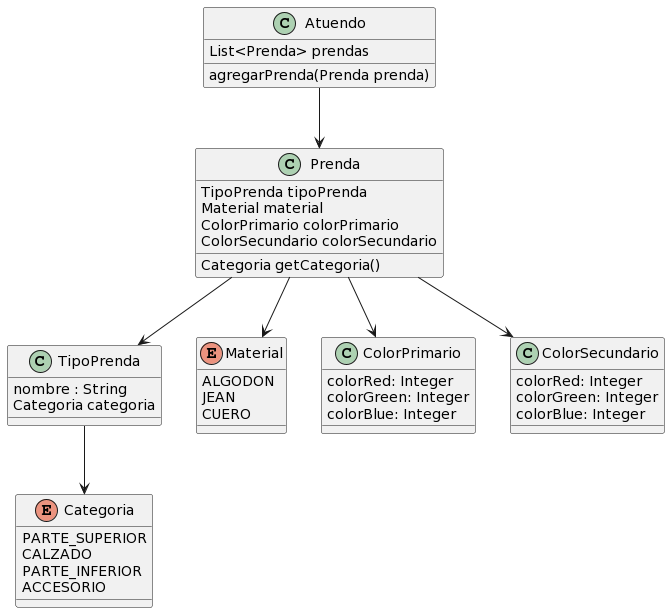
Above: diagramaDeClases1.png in brenguardines/QueMePongo (PlantUML), before the change.
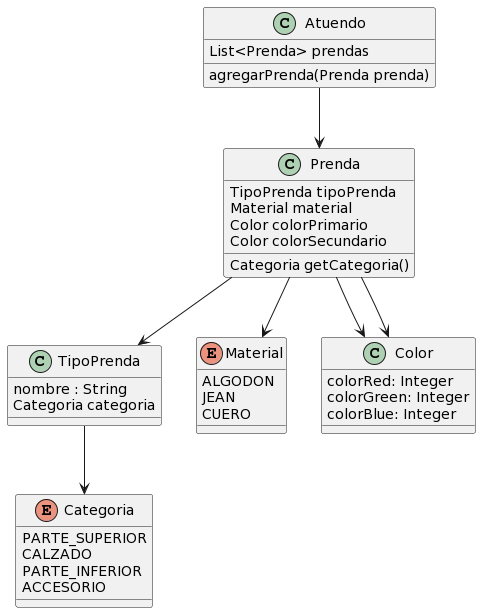
The same diagram one commit later.

Commit message:
Subo diagrama de clases de la primera iteracion corregido

What changed in the source:
```diff
@@ -2,8 +2,8 @@
 class Prenda{
   TipoPrenda tipoPrenda
   Material material
-  ColorPrimario colorPrimario
-  ColorSecundario colorSecundario
+  Color colorPrimario
+  Color colorSecundario
   Categoria getCategoria()
 }
 
@@ -25,17 +25,11 @@
    CUERO
 }
 
-class ColorPrimario{
+class Color{
    colorRed: Integer
    colorGreen: Integer
    colorBlue: Integer
 
-}
-
-class ColorSecundario {
-   colorRed: Integer
-   colorGreen: Integer
-   colorBlue: Integer
 }
 
 class Atuendo{
@@ -49,9 +43,9 @@
 
 Prenda --> Material
 
-Prenda --> ColorPrimario
+Prenda --> Color
 
-Prenda --> ColorSecundario
+Prenda --> Color
 
 Atuendo --> Prenda
 @enduml
```
